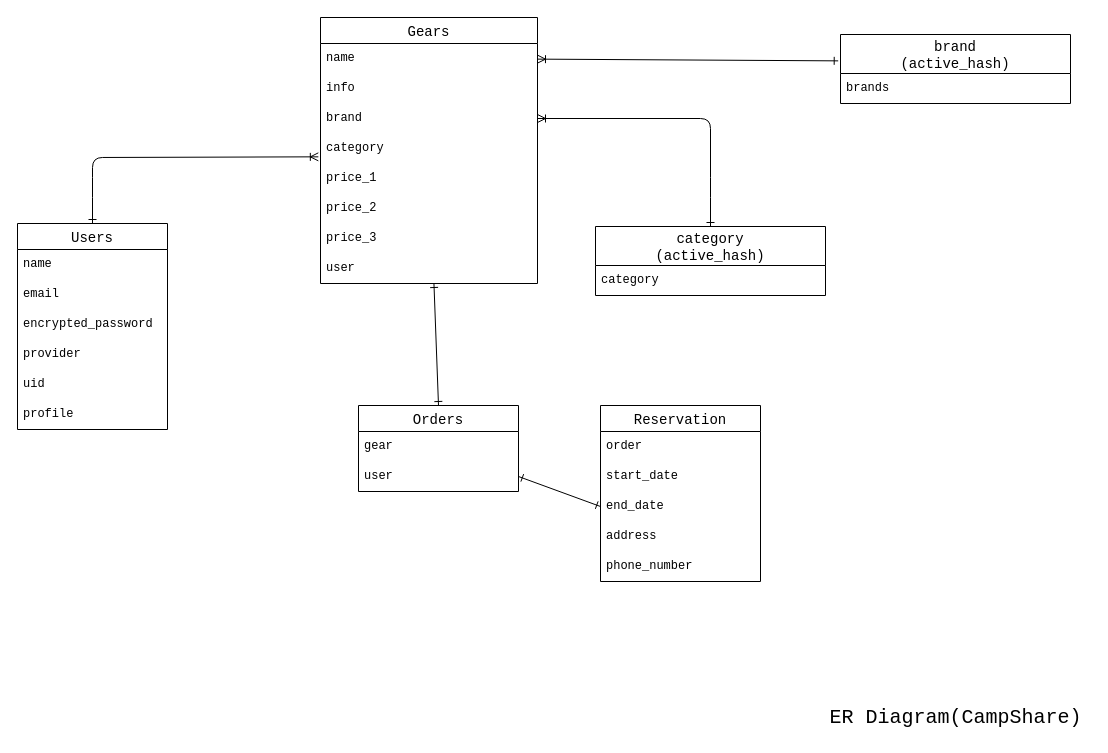
The draw.io diagram tables.dio in jin5211/campshare, before the edit. Source tidied: cells renumbered, new cells numbered last; positions are measured from the earlier drawing's top-left corner, leaving out a move shared by most shapes. Both pictures are drawn from the tidied source at 100%, with x=0, y=0 at pixel (17, 17).
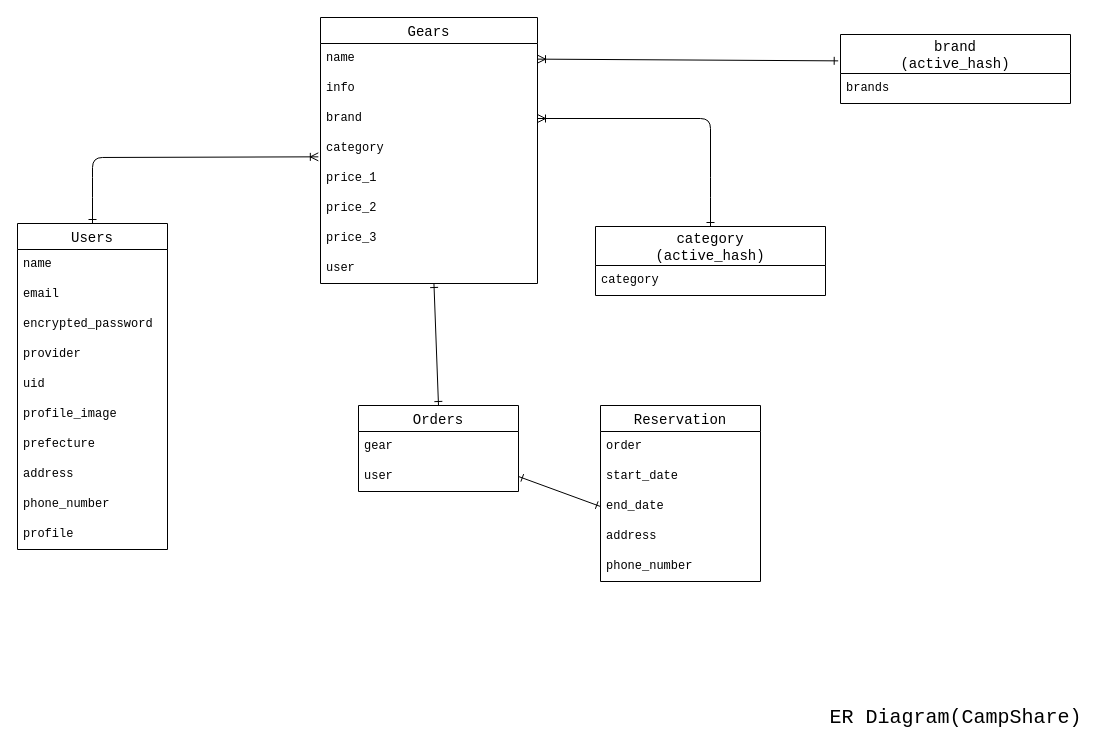
Above is the later version.

What changed in the source:
```diff
@@
     <mxCell id="23" value="Users" style="swimlane;fontStyle=0;horizontal=1;startSize=26;align=center;fontSize=14;fontFamily=Courier New;" parent="1" vertex="1">
-      <mxGeometry y="206" width="150" height="206" as="geometry" />
+      <mxGeometry y="206" width="150" height="326" as="geometry" />
     </mxCell>
@@
+    <mxCell id="40" value="profile_image" style="text;strokeColor=none;fillColor=none;spacingLeft=4;spacingRight=4;overflow=hidden;fontSize=12;fontFamily=Courier New;" parent="23" vertex="1">
+      <mxGeometry y="176" width="150" height="30" as="geometry" />
+    </mxCell>
+    <mxCell id="41" value="prefecture" style="text;strokeColor=none;fillColor=none;spacingLeft=4;spacingRight=4;overflow=hidden;fontSize=12;fontFamily=Courier New;" parent="23" vertex="1">
+      <mxGeometry y="206" width="150" height="30" as="geometry" />
+    </mxCell>
+    <mxCell id="42" value="address" style="text;strokeColor=none;fillColor=none;spacingLeft=4;spacingRight=4;overflow=hidden;fontSize=12;fontFamily=Courier New;" parent="23" vertex="1">
+      <mxGeometry y="236" width="150" height="30" as="geometry" />
+    </mxCell>
+    <mxCell id="43" value="phone_number" style="text;strokeColor=none;fillColor=none;spacingLeft=4;spacingRight=4;overflow=hidden;fontSize=12;fontFamily=Courier New;" parent="23" vertex="1">
+      <mxGeometry y="266" width="150" height="30" as="geometry" />
+    </mxCell>
     <mxCell id="29" value="profile" style="text;strokeColor=none;fillColor=none;spacingLeft=4;spacingRight=4;overflow=hidden;fontSize=12;fontFamily=Courier New;" parent="23" vertex="1">
-      <mxGeometry y="176" width="150" height="30" as="geometry" />
+      <mxGeometry y="296" width="150" height="30" as="geometry" />
     </mxCell>
```
